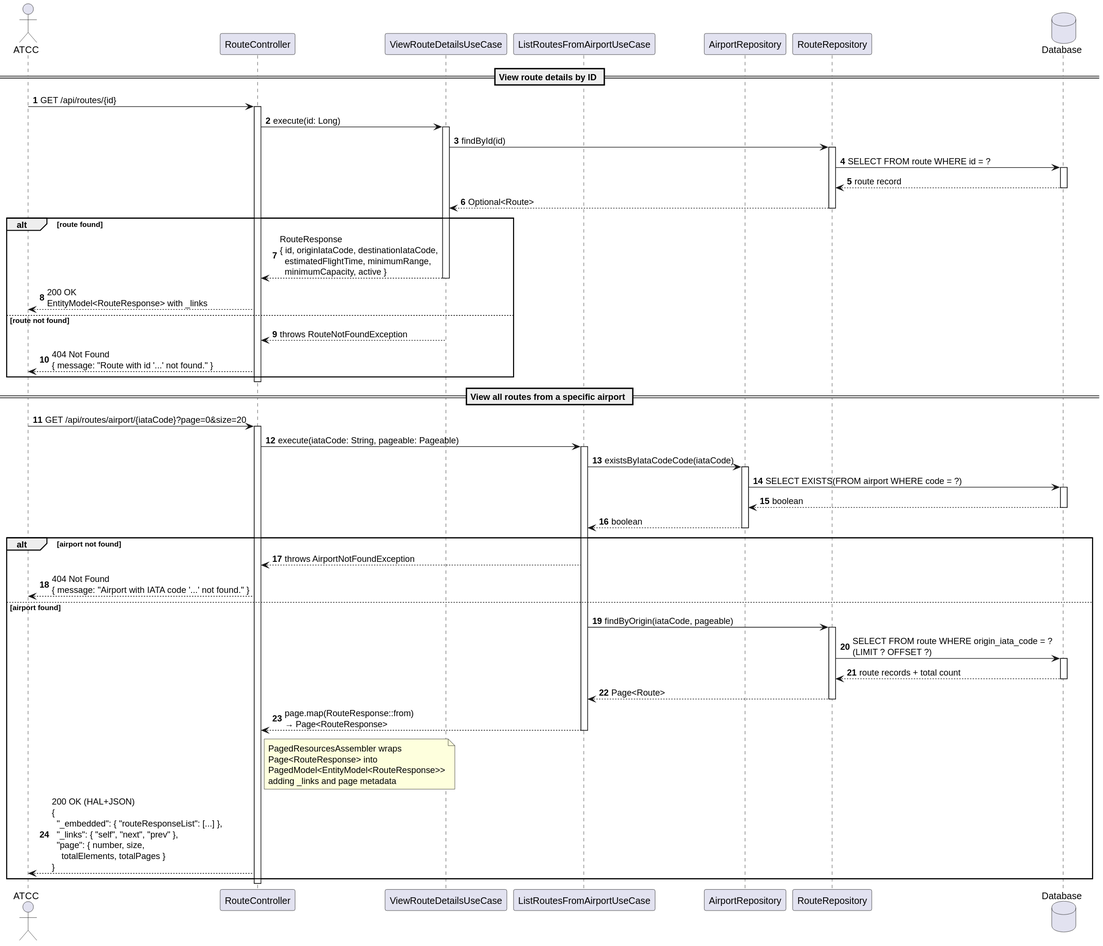
Before: docs/system-documentation/use-cases/WP3A/US113/svg/sd_us113.svg, a diagram exported from PlantUML (VascoMagolo/psoft_1231562_1241692_1242036_2db).
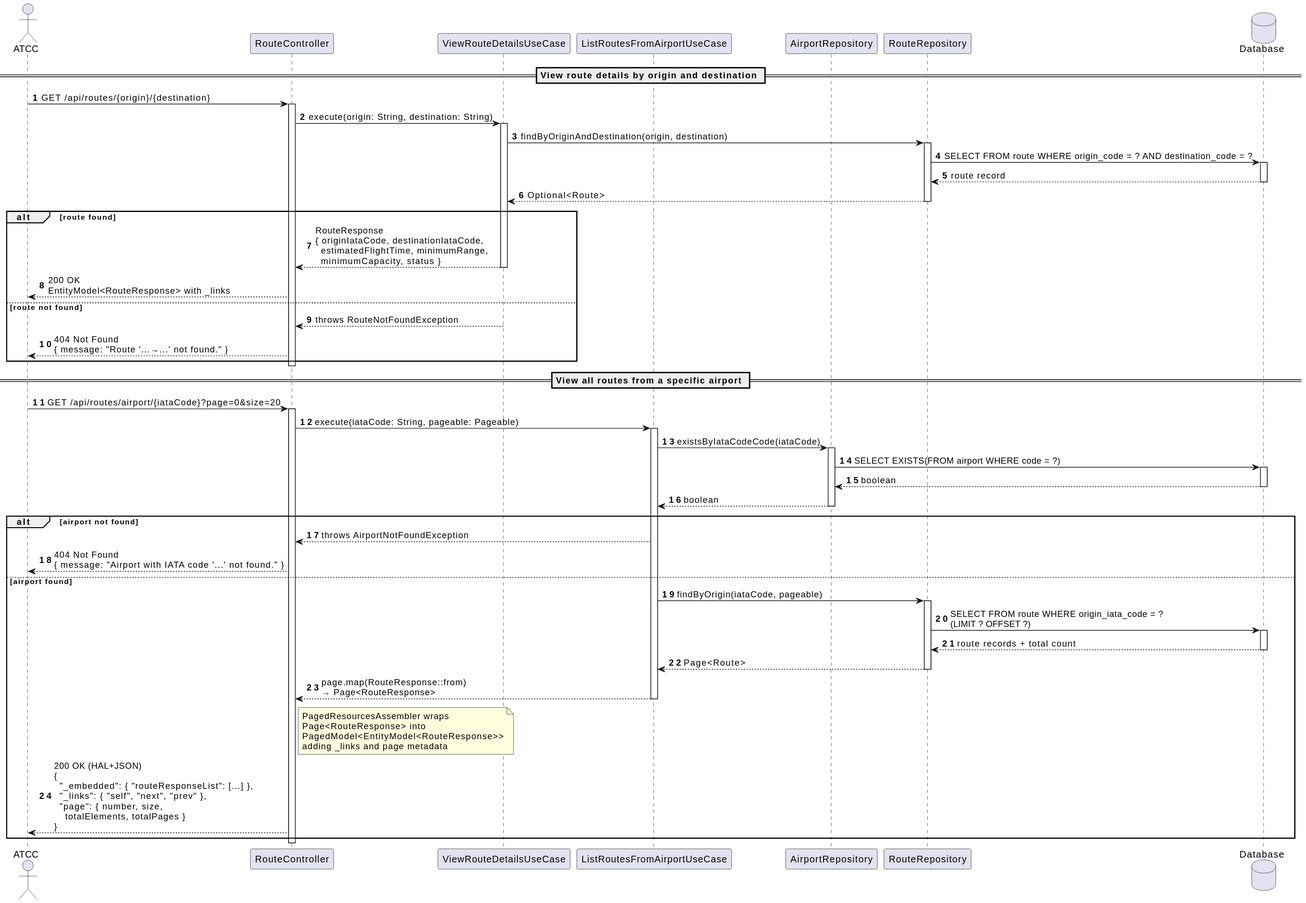
Later version of the same file.

Change to the diagram source:
```diff
@@ -8,16 +8,16 @@
 participant "RouteRepository" as RouteRepo
 database "Database" as DB
 
-== View route details by ID ==
-Actor -> Ctrl : GET /api/routes/{id}
+== View route details by origin and destination ==
+Actor -> Ctrl : GET /api/routes/{origin}/{destination}
 activate Ctrl
 
-Ctrl -> DetailsUC : execute(id: Long)
+Ctrl -> DetailsUC : execute(origin: String, destination: String)
 activate DetailsUC
 
-DetailsUC -> RouteRepo : findById(id)
+DetailsUC -> RouteRepo : findByOriginAndDestination(origin, destination)
 activate RouteRepo
-RouteRepo -> DB : SELECT FROM route WHERE id = ?
+RouteRepo -> DB : SELECT FROM route WHERE origin_code = ? AND destination_code = ?
 activate DB
 DB --> RouteRepo : route record
 deactivate DB
@@ -25,12 +25,12 @@
 deactivate RouteRepo
 
 alt route found
-  DetailsUC --> Ctrl : RouteResponse\n{ id, originIataCode, destinationIataCode,\n  estimatedFlightTime, minimumRange,\n  minimumCapacity, active }
+  DetailsUC --> Ctrl : RouteResponse\n{ originIataCode, destinationIataCode,\n  estimatedFlightTime, minimumRange,\n  minimumCapacity, status }
   deactivate DetailsUC
   Ctrl --> Actor : 200 OK\nEntityModel<RouteResponse> with _links
 else route not found
   DetailsUC --> Ctrl : throws RouteNotFoundException
-  Ctrl --> Actor : 404 Not Found\n{ message: "Route with id '...' not found." }
+  Ctrl --> Actor : 404 Not Found\n{ message: "Route '...→...' not found." }
 end
 
 deactivate Ctrl
```
